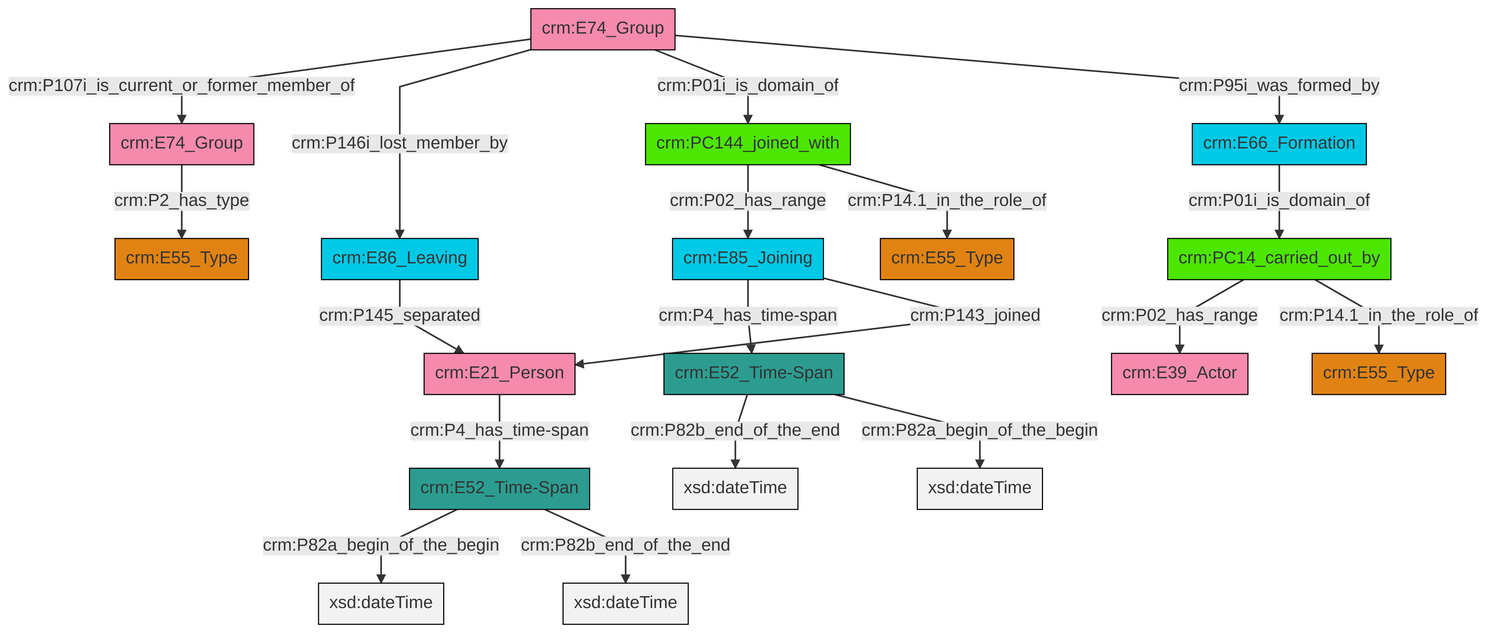
This is et/groupCSV/ttl/mmd/png/group_actor_relations.png from swiss-art-research-net/docs.swissartresearch, a Mermaid export, as it was before one commit. Its source is kept beside it as et/groupCSV/ttl/mmd/group_actor_relations.ttl.mmd.
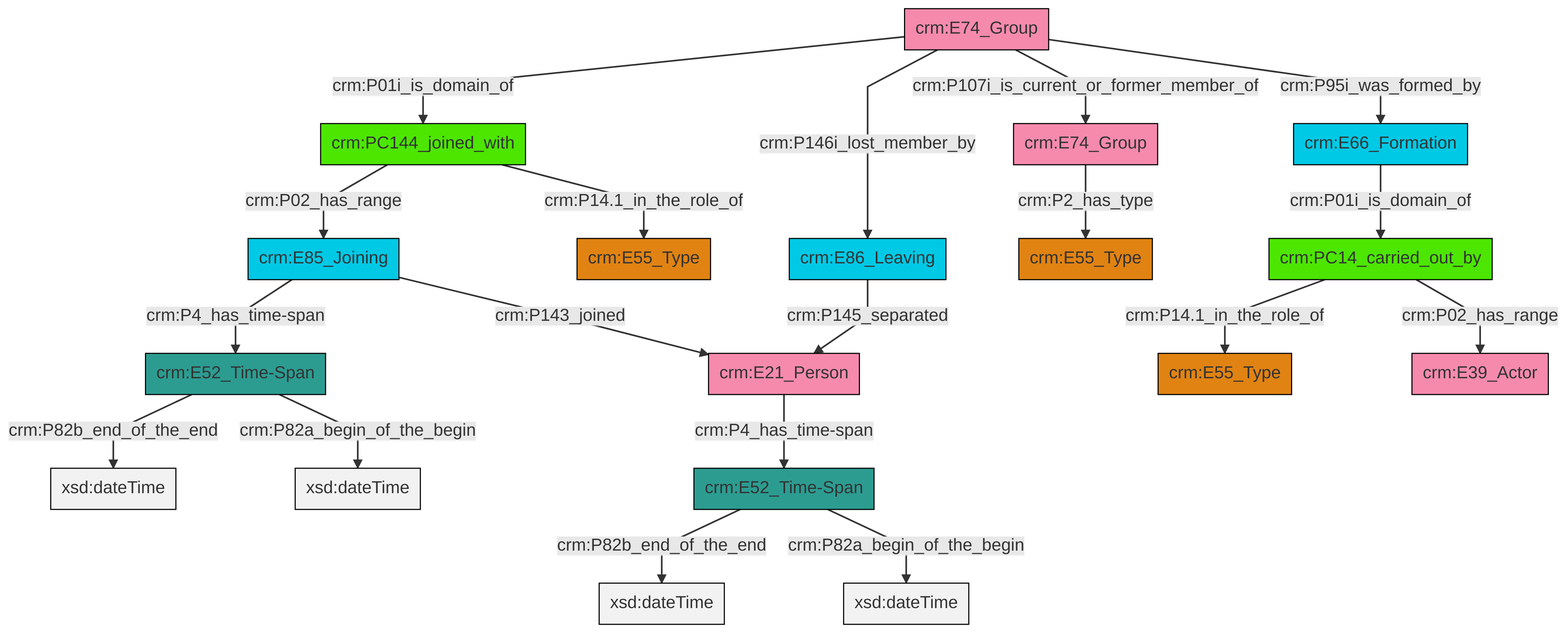
Above is the later version.

Change to the diagram source:
```diff
@@ -13,21 +13,21 @@
 classDef PC_Classes fill:#4ce600, stroke:#000000;
 classDef Multi fill:#cccccc,stroke:#000000;
 
-0["crm:E74_Group"]:::Actor -->|crm:P2_has_type| 1["crm:E55_Type"]:::Type
-2["crm:E21_Person"]:::Actor -->|crm:P4_has_time-span| 3["crm:E52_Time-Span"]:::Time-Span
-4["crm:E66_Formation"]:::Temporal_Entity -->|crm:P01i_is_domain_of| 5["crm:PC14_carried_out_by"]:::PC_Classes
-3["crm:E52_Time-Span"]:::Time-Span -->|crm:P82a_begin_of_the_begin| 9[xsd:dateTime]:::Literal
-10["crm:E74_Group"]:::Actor -->|crm:P107i_is_current_or_former_member_of| 0["crm:E74_Group"]:::Actor
-13["crm:E52_Time-Span"]:::Time-Span -->|crm:P82b_end_of_the_end| 14[xsd:dateTime]:::Literal
-3["crm:E52_Time-Span"]:::Time-Span -->|crm:P82b_end_of_the_end| 16[xsd:dateTime]:::Literal
-10["crm:E74_Group"]:::Actor -->|crm:P146i_lost_member_by| 19["crm:E86_Leaving"]:::Temporal_Entity
-10["crm:E74_Group"]:::Actor -->|crm:P01i_is_domain_of| 11["crm:PC144_joined_with"]:::PC_Classes
-5["crm:PC14_carried_out_by"]:::PC_Classes -->|crm:P02_has_range| 6["crm:E39_Actor"]:::Actor
-5["crm:PC14_carried_out_by"]:::PC_Classes -->|crm:P14.1_in_the_role_of| 17["crm:E55_Type"]:::Type
-13["crm:E52_Time-Span"]:::Time-Span -->|crm:P82a_begin_of_the_begin| 27[xsd:dateTime]:::Literal
-25["crm:E85_Joining"]:::Temporal_Entity -->|crm:P4_has_time-span| 13["crm:E52_Time-Span"]:::Time-Span
-25["crm:E85_Joining"]:::Temporal_Entity -->|crm:P143_joined| 2["crm:E21_Person"]:::Actor
-10["crm:E74_Group"]:::Actor -->|crm:P95i_was_formed_by| 4["crm:E66_Formation"]:::Temporal_Entity
-11["crm:PC144_joined_with"]:::PC_Classes -->|crm:P02_has_range| 25["crm:E85_Joining"]:::Temporal_Entity
-19["crm:E86_Leaving"]:::Temporal_Entity -->|crm:P145_separated| 2["crm:E21_Person"]:::Actor
-11["crm:PC144_joined_with"]:::PC_Classes -->|crm:P14.1_in_the_role_of| 23["crm:E55_Type"]:::Type
+2["crm:E52_Time-Span"]:::Time-Span -->|crm:P82b_end_of_the_end| 3[xsd:dateTime]:::Literal
+4["crm:E74_Group"]:::Actor -->|crm:P01i_is_domain_of| 0["crm:PC144_joined_with"]:::PC_Classes
+5["crm:E66_Formation"]:::Temporal_Entity -->|crm:P01i_is_domain_of| 6["crm:PC14_carried_out_by"]:::PC_Classes
+6["crm:PC14_carried_out_by"]:::PC_Classes -->|crm:P14.1_in_the_role_of| 7["crm:E55_Type"]:::Type
+12["crm:E86_Leaving"]:::Temporal_Entity -->|crm:P145_separated| 13["crm:E21_Person"]:::Actor
+2["crm:E52_Time-Span"]:::Time-Span -->|crm:P82a_begin_of_the_begin| 14[xsd:dateTime]:::Literal
+0["crm:PC144_joined_with"]:::PC_Classes -->|crm:P02_has_range| 16["crm:E85_Joining"]:::Temporal_Entity
+16["crm:E85_Joining"]:::Temporal_Entity -->|crm:P4_has_time-span| 19["crm:E52_Time-Span"]:::Time-Span
+19["crm:E52_Time-Span"]:::Time-Span -->|crm:P82b_end_of_the_end| 20[xsd:dateTime]:::Literal
+4["crm:E74_Group"]:::Actor -->|crm:P146i_lost_member_by| 12["crm:E86_Leaving"]:::Temporal_Entity
+19["crm:E52_Time-Span"]:::Time-Span -->|crm:P82a_begin_of_the_begin| 21[xsd:dateTime]:::Literal
+0["crm:PC144_joined_with"]:::PC_Classes -->|crm:P14.1_in_the_role_of| 10["crm:E55_Type"]:::Type
+6["crm:PC14_carried_out_by"]:::PC_Classes -->|crm:P02_has_range| 23["crm:E39_Actor"]:::Actor
+4["crm:E74_Group"]:::Actor -->|crm:P107i_is_current_or_former_member_of| 29["crm:E74_Group"]:::Actor
+4["crm:E74_Group"]:::Actor -->|crm:P95i_was_formed_by| 5["crm:E66_Formation"]:::Temporal_Entity
+29["crm:E74_Group"]:::Actor -->|crm:P2_has_type| 26["crm:E55_Type"]:::Type
+16["crm:E85_Joining"]:::Temporal_Entity -->|crm:P143_joined| 13["crm:E21_Person"]:::Actor
+13["crm:E21_Person"]:::Actor -->|crm:P4_has_time-span| 2["crm:E52_Time-Span"]:::Time-Span
```
